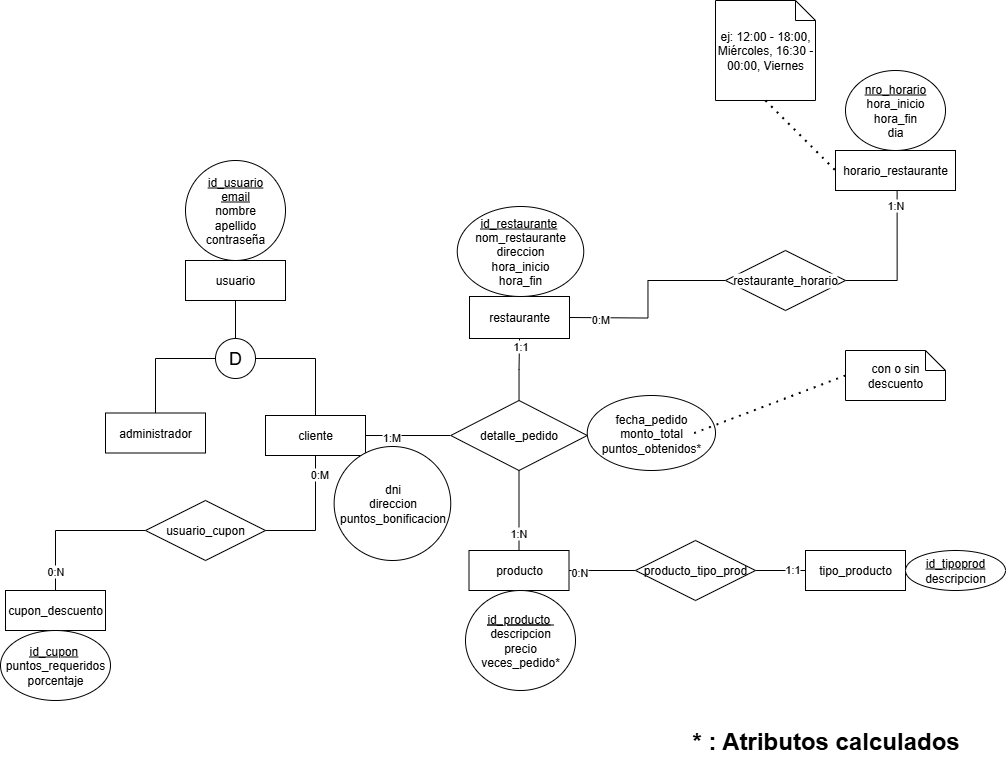
Above: docs/img/der.png in elfili05/TP-Java-Delivery (draw.io), before the change. Source tidied: cells renumbered, new cells last; positions are measured from the earlier drawing's top-left corner, leaving out a move shared by most shapes. The source it was exported from:
```xml
<mxGraphModel>
  <root>
    <mxCell id="0" />
    <mxCell id="1" parent="0" />
    <mxCell id="2" style="edgeStyle=orthogonalEdgeStyle;rounded=0;jettySize=auto;html=1;entryX=0;entryY=0.5;entryDx=0;entryDy=0;endArrow=none;endFill=0;" parent="1" edge="1" source="4" target="30">
      <mxGeometry relative="1" as="geometry" />
    </mxCell>
    <mxCell id="3" value="1:M" style="edgeLabel;html=1;align=center;verticalAlign=middle;" parent="2" vertex="1">
      <mxGeometry x="-0.4" y="-1" relative="1" as="geometry" />
    </mxCell>
    <mxCell id="4" value="cliente" style="whiteSpace=wrap;html=1;align=center;" parent="1" vertex="1">
      <mxGeometry x="265" y="415" width="100" height="40" as="geometry" />
    </mxCell>
    <mxCell id="5" value="&lt;div&gt;&lt;span style=&quot;background-color: transparent; color: light-dark(rgb(0, 0, 0), rgb(255, 255, 255));&quot;&gt;dni&lt;/span&gt;&lt;/div&gt;&lt;div&gt;direccion&lt;/div&gt;&lt;div&gt;puntos_bonificacion&lt;/div&gt;" style="ellipse;whiteSpace=wrap;html=1;align=center;" parent="1" vertex="1">
      <mxGeometry x="333.6" y="446" width="116.6" height="114" as="geometry" />
    </mxCell>
    <mxCell id="6" style="edgeStyle=orthogonalEdgeStyle;rounded=0;jettySize=auto;html=1;entryX=0;entryY=0.5;entryDx=0;entryDy=0;endArrow=none;endFill=0;labelBackgroundColor=default;fontColor=default;" parent="1" edge="1" target="12">
      <mxGeometry relative="1" as="geometry">
        <mxPoint x="569" y="317" as="sourcePoint" />
      </mxGeometry>
    </mxCell>
    <mxCell id="7" value="0:M" style="edgeLabel;html=1;align=center;verticalAlign=middle;labelBackgroundColor=default;fontColor=default;" parent="6" vertex="1">
      <mxGeometry x="-0.68" y="-1" relative="1" as="geometry" />
    </mxCell>
    <mxCell id="8" value="restaurante" style="whiteSpace=wrap;html=1;align=center;" parent="1" vertex="1">
      <mxGeometry x="469" y="296" width="100" height="42" as="geometry" />
    </mxCell>
    <mxCell id="9" value="&lt;u&gt;id_restaurante&lt;/u&gt;&amp;nbsp;&lt;div&gt;nom_restaurante&lt;/div&gt;&lt;div&gt;direccion&lt;/div&gt;&lt;div&gt;hora_inicio&lt;/div&gt;&lt;div&gt;hora_fin&lt;/div&gt;" style="ellipse;whiteSpace=wrap;html=1;align=center;" parent="1" vertex="1">
      <mxGeometry x="456.8" y="206" width="126.5" height="90" as="geometry" />
    </mxCell>
    <mxCell id="10" style="edgeStyle=orthogonalEdgeStyle;rounded=0;jettySize=auto;html=1;endArrow=none;endFill=0;entryX=0.516;entryY=0.835;entryDx=0;entryDy=0;entryPerimeter=0;labelBackgroundColor=default;fontColor=default;" parent="1" edge="1" source="12">
      <mxGeometry relative="1" as="geometry">
        <mxPoint x="896.6" y="183.4" as="targetPoint" />
        <Array as="points">
          <mxPoint x="897" y="280" />
        </Array>
      </mxGeometry>
    </mxCell>
    <mxCell id="11" value="1:N" style="edgeLabel;html=1;align=center;verticalAlign=middle;labelBackgroundColor=default;fontColor=default;" parent="10" vertex="1">
      <mxGeometry x="0.71" y="2" relative="1" as="geometry" />
    </mxCell>
    <mxCell id="12" value="restaurante_horario" style="shape=rhombus;perimeter=rhombusPerimeter;whiteSpace=wrap;html=1;align=center;labelBackgroundColor=default;fontColor=default;" parent="1" vertex="1">
      <mxGeometry x="725" y="250" width="120" height="60" as="geometry" />
    </mxCell>
    <mxCell id="13" value="&lt;div&gt;&lt;u&gt;nro_horario&lt;/u&gt;&lt;/div&gt;hora_inicio&lt;div&gt;hora_fin&lt;/div&gt;&lt;div&gt;dia&lt;/div&gt;" style="ellipse;whiteSpace=wrap;html=1;align=center;labelBackgroundColor=default;fontColor=default;" parent="1" vertex="1">
      <mxGeometry x="845" y="70" width="100" height="80" as="geometry" />
    </mxCell>
    <mxCell id="14" value="ej: 12:00 - 18:00, Miércoles, 16:30 - 00:00, Viernes" style="shape=note;size=20;whiteSpace=wrap;html=1;labelBackgroundColor=default;fontColor=default;" parent="1" vertex="1">
      <mxGeometry x="715" width="100" height="100" as="geometry" />
    </mxCell>
    <mxCell id="15" style="endArrow=none;dashed=1;html=1;dashPattern=1 3;strokeWidth=2;rounded=0;entryX=0;entryY=0.5;entryDx=0;entryDy=0;exitX=0.5;exitY=1;exitDx=0;exitDy=0;exitPerimeter=0;labelBackgroundColor=default;fontColor=default;" parent="1" edge="1" source="14" target="16">
      <mxGeometry relative="1" as="geometry" />
    </mxCell>
    <mxCell id="16" value="horario_restaurante" style="whiteSpace=wrap;html=1;align=center;labelBackgroundColor=default;fontColor=default;" parent="1" vertex="1">
      <mxGeometry x="835" y="150" width="120" height="40" as="geometry" />
    </mxCell>
    <mxCell id="17" style="edgeStyle=orthogonalEdgeStyle;rounded=0;jettySize=auto;html=1;entryX=0;entryY=0.5;entryDx=0;entryDy=0;endArrow=none;endFill=0;" parent="1" edge="1" source="21" target="27">
      <mxGeometry relative="1" as="geometry" />
    </mxCell>
    <mxCell id="18" value="0:N" style="edgeLabel;html=1;align=center;verticalAlign=middle;" parent="17" vertex="1">
      <mxGeometry x="-0.72" y="-1" relative="1" as="geometry" />
    </mxCell>
    <mxCell id="19" style="edgeStyle=orthogonalEdgeStyle;rounded=0;jettySize=auto;html=1;entryX=0.5;entryY=1;entryDx=0;entryDy=0;endArrow=none;endFill=0;" parent="1" edge="1" source="21" target="30">
      <mxGeometry relative="1" as="geometry" />
    </mxCell>
    <mxCell id="20" value="1:N" style="edgeLabel;html=1;align=center;verticalAlign=middle;" parent="19" vertex="1">
      <mxGeometry x="-0.57" y="1" relative="1" as="geometry" />
    </mxCell>
    <mxCell id="21" value="producto" style="whiteSpace=wrap;html=1;align=center;" parent="1" vertex="1">
      <mxGeometry x="468.5" y="550" width="100" height="40" as="geometry" />
    </mxCell>
    <mxCell id="22" value="&lt;div&gt;&lt;u&gt;&lt;br&gt;&lt;/u&gt;&lt;/div&gt;&lt;u&gt;&lt;div&gt;&lt;u style=&quot;background-color: transparent; color: light-dark(rgb(0, 0, 0), rgb(255, 255, 255));&quot;&gt;id_producto&lt;/u&gt;&lt;span style=&quot;background-color: transparent; color: light-dark(rgb(0, 0, 0), rgb(255, 255, 255));&quot;&gt;&amp;nbsp;&lt;/span&gt;&lt;/div&gt;&lt;/u&gt;&lt;div&gt;descripcion&lt;/div&gt;&lt;div&gt;precio&lt;/div&gt;&lt;div&gt;veces_pedido*&lt;/div&gt;&lt;div&gt;&lt;br&gt;&lt;/div&gt;" style="ellipse;whiteSpace=wrap;html=1;align=center;" parent="1" vertex="1">
      <mxGeometry x="465" y="590" width="110" height="100" as="geometry" />
    </mxCell>
    <mxCell id="23" value="tipo_producto" style="whiteSpace=wrap;html=1;align=center;" parent="1" vertex="1">
      <mxGeometry x="805" y="550" width="100" height="40" as="geometry" />
    </mxCell>
    <mxCell id="24" value="&lt;u&gt;id_tipoprod&lt;/u&gt;&lt;div&gt;descripcion&lt;/div&gt;" style="ellipse;whiteSpace=wrap;html=1;align=center;" parent="1" vertex="1">
      <mxGeometry x="905" y="550" width="100" height="40" as="geometry" />
    </mxCell>
    <mxCell id="25" style="edgeStyle=orthogonalEdgeStyle;rounded=0;jettySize=auto;html=1;entryX=0;entryY=0.5;entryDx=0;entryDy=0;endArrow=none;endFill=0;" parent="1" edge="1" source="27" target="23">
      <mxGeometry relative="1" as="geometry" />
    </mxCell>
    <mxCell id="26" value="1:1" style="edgeLabel;html=1;align=center;verticalAlign=middle;" parent="25" vertex="1">
      <mxGeometry x="0.45" y="2" relative="1" as="geometry" />
    </mxCell>
    <mxCell id="27" value="producto_tipo_prod" style="shape=rhombus;perimeter=rhombusPerimeter;whiteSpace=wrap;html=1;align=center;" parent="1" vertex="1">
      <mxGeometry x="635" y="540" width="120" height="60" as="geometry" />
    </mxCell>
    <mxCell id="28" style="edgeStyle=orthogonalEdgeStyle;rounded=0;jettySize=auto;html=1;entryX=0.5;entryY=1;entryDx=0;entryDy=0;endArrow=none;endFill=0;" parent="1" edge="1" source="30" target="8">
      <mxGeometry relative="1" as="geometry" />
    </mxCell>
    <mxCell id="29" value="1:1" style="edgeLabel;html=1;align=center;verticalAlign=middle;" parent="28" vertex="1">
      <mxGeometry x="0.79" relative="1" as="geometry">
        <mxPoint y="1" as="offset" />
      </mxGeometry>
    </mxCell>
    <mxCell id="30" value="detalle_pedido" style="shape=rhombus;perimeter=rhombusPerimeter;whiteSpace=wrap;html=1;align=center;" parent="1" vertex="1">
      <mxGeometry x="450.2" y="400" width="136.5" height="70" as="geometry" />
    </mxCell>
    <mxCell id="31" value="fecha_pedido&lt;div&gt;monto_total&lt;/div&gt;&lt;div&gt;puntos_obtenidos*&lt;/div&gt;" style="ellipse;whiteSpace=wrap;html=1;align=center;" parent="1" vertex="1">
      <mxGeometry x="586.8" y="395" width="128.2" height="75" as="geometry" />
    </mxCell>
    <mxCell id="32" value="cupon_descuento" style="whiteSpace=wrap;html=1;align=center;" parent="1" vertex="1">
      <mxGeometry x="5" y="590" width="100" height="40" as="geometry" />
    </mxCell>
    <mxCell id="33" style="edgeStyle=orthogonalEdgeStyle;rounded=0;jettySize=auto;html=1;entryX=0.5;entryY=1;entryDx=0;entryDy=0;endArrow=none;endFill=0;" parent="1" edge="1" source="37" target="4">
      <mxGeometry relative="1" as="geometry">
        <Array as="points">
          <mxPoint x="315" y="530" />
        </Array>
      </mxGeometry>
    </mxCell>
    <mxCell id="34" value="0:M" style="edgeLabel;html=1;align=center;verticalAlign=middle;" parent="33" vertex="1">
      <mxGeometry x="0.71" y="-3" relative="1" as="geometry" />
    </mxCell>
    <mxCell id="35" style="edgeStyle=orthogonalEdgeStyle;rounded=0;jettySize=auto;html=1;entryX=0.5;entryY=0;entryDx=0;entryDy=0;endArrow=none;endFill=0;" parent="1" edge="1" source="37" target="32">
      <mxGeometry relative="1" as="geometry" />
    </mxCell>
    <mxCell id="36" value="0:N" style="edgeLabel;html=1;align=center;verticalAlign=middle;" parent="35" vertex="1">
      <mxGeometry x="0.75" y="-1" relative="1" as="geometry" />
    </mxCell>
    <mxCell id="37" value="usuario_cupon" style="shape=rhombus;perimeter=rhombusPerimeter;whiteSpace=wrap;html=1;align=center;" parent="1" vertex="1">
      <mxGeometry x="145" y="500" width="120" height="60" as="geometry" />
    </mxCell>
    <mxCell id="38" value="&lt;u&gt;id_cupon&lt;/u&gt;&amp;nbsp;&lt;div&gt;puntos_requeridos&lt;/div&gt;&lt;div&gt;porcentaje&lt;/div&gt;" style="ellipse;whiteSpace=wrap;html=1;align=center;" parent="1" vertex="1">
      <mxGeometry y="630" width="110" height="70" as="geometry" />
    </mxCell>
    <mxCell id="39" value="&lt;div&gt;&lt;u&gt;&lt;br&gt;&lt;/u&gt;&lt;/div&gt;&lt;div&gt;&lt;u&gt;id_usuario&lt;/u&gt;&lt;/div&gt;&lt;div&gt;&lt;div&gt;&lt;u&gt;email&lt;/u&gt;&lt;/div&gt;&lt;/div&gt;nombre&lt;div&gt;apellido&lt;/div&gt;&lt;div&gt;contraseña&lt;/div&gt;&lt;div&gt;&lt;br&gt;&lt;/div&gt;" style="ellipse;whiteSpace=wrap;html=1;align=center;" parent="1" vertex="1">
      <mxGeometry x="185" y="160" width="100" height="100" as="geometry" />
    </mxCell>
    <mxCell id="40" value="administrador" style="whiteSpace=wrap;html=1;align=center;" parent="1" vertex="1">
      <mxGeometry x="105" y="412.5" width="100" height="40" as="geometry" />
    </mxCell>
    <mxCell id="41" style="edgeStyle=orthogonalEdgeStyle;rounded=0;jettySize=auto;html=1;endArrow=none;endFill=0;" parent="1" edge="1" source="42" target="45">
      <mxGeometry relative="1" as="geometry" />
    </mxCell>
    <mxCell id="42" value="usuario" style="whiteSpace=wrap;html=1;align=center;" parent="1" vertex="1">
      <mxGeometry x="185" y="260" width="100" height="40" as="geometry" />
    </mxCell>
    <mxCell id="43" style="edgeStyle=orthogonalEdgeStyle;rounded=0;jettySize=auto;html=1;entryX=0.5;entryY=0;entryDx=0;entryDy=0;endArrow=none;endFill=0;" parent="1" edge="1" source="45" target="4">
      <mxGeometry relative="1" as="geometry" />
    </mxCell>
    <mxCell id="44" style="edgeStyle=orthogonalEdgeStyle;rounded=0;jettySize=auto;html=1;entryX=0.5;entryY=0;entryDx=0;entryDy=0;endArrow=none;endFill=0;" parent="1" edge="1" source="45" target="40">
      <mxGeometry relative="1" as="geometry" />
    </mxCell>
    <mxCell id="45" value="&lt;font style=&quot;font-size: 18px;&quot;&gt;D&lt;/font&gt;" style="ellipse;whiteSpace=wrap;html=1;" parent="1" vertex="1">
      <mxGeometry x="215" y="338" width="40" height="40" as="geometry" />
    </mxCell>
    <mxCell id="46" value="&lt;h1 style=&quot;margin-top: 0px;&quot;&gt;* : Atributos calculados&lt;/h1&gt;" style="text;html=1;whiteSpace=wrap;overflow=hidden;rounded=0;" parent="1" vertex="1">
      <mxGeometry x="690" y="720" width="290" height="40" as="geometry" />
    </mxCell>
    <mxCell id="47" style="endArrow=none;dashed=1;html=1;dashPattern=1 3;strokeWidth=2;rounded=0;labelBackgroundColor=default;fontColor=default;exitX=0;exitY=0.5;exitDx=0;exitDy=0;exitPerimeter=0;" parent="1" edge="1" source="48">
      <mxGeometry relative="1" as="geometry">
        <mxPoint x="690" y="434" as="targetPoint" />
      </mxGeometry>
    </mxCell>
    <mxCell id="48" value="con o sin descuento" style="shape=note;size=20;whiteSpace=wrap;html=1;" parent="1" vertex="1">
      <mxGeometry x="845" y="350" width="100" height="50" as="geometry" />
    </mxCell>
  </root>
</mxGraphModel>
```
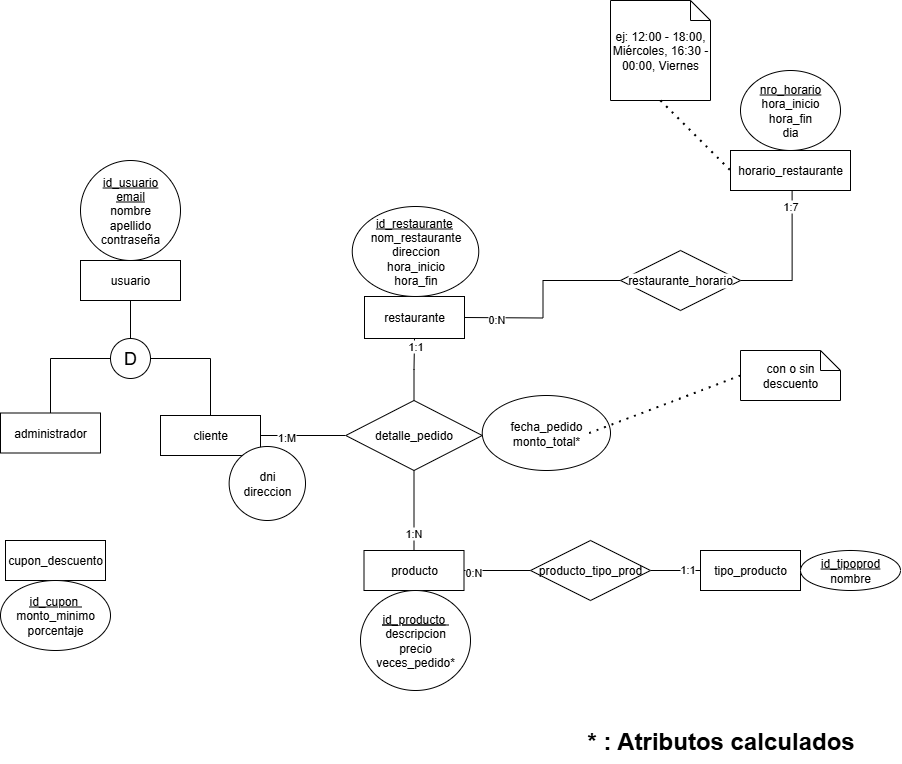
After the commit.

What changed in the source:
```diff
@@ -11,15 +11,15 @@
     <mxCell id="4" value="cliente" style="whiteSpace=wrap;html=1;align=center;" parent="1" vertex="1">
       <mxGeometry x="265" y="415" width="100" height="40" as="geometry" />
     </mxCell>
-    <mxCell id="5" value="&lt;div&gt;&lt;span style=&quot;background-color: transparent; color: light-dark(rgb(0, 0, 0), rgb(255, 255, 255));&quot;&gt;dni&lt;/span&gt;&lt;/div&gt;&lt;div&gt;direccion&lt;/div&gt;&lt;div&gt;puntos_bonificacion&lt;/div&gt;" style="ellipse;whiteSpace=wrap;html=1;align=center;" parent="1" vertex="1">
-      <mxGeometry x="333.6" y="446" width="116.6" height="114" as="geometry" />
+    <mxCell id="5" value="&lt;div&gt;&lt;span style=&quot;background-color: transparent; color: light-dark(rgb(0, 0, 0), rgb(255, 255, 255));&quot;&gt;dni&lt;/span&gt;&lt;/div&gt;&lt;div&gt;direccion&lt;/div&gt;" style="ellipse;whiteSpace=wrap;html=1;align=center;" parent="1" vertex="1">
+      <mxGeometry x="333.6" y="446" width="76.4" height="74" as="geometry" />
     </mxCell>
     <mxCell id="6" style="edgeStyle=orthogonalEdgeStyle;rounded=0;jettySize=auto;html=1;entryX=0;entryY=0.5;entryDx=0;entryDy=0;endArrow=none;endFill=0;labelBackgroundColor=default;fontColor=default;" parent="1" edge="1" target="12">
       <mxGeometry relative="1" as="geometry">
         <mxPoint x="569" y="317" as="sourcePoint" />
       </mxGeometry>
     </mxCell>
-    <mxCell id="7" value="0:M" style="edgeLabel;html=1;align=center;verticalAlign=middle;labelBackgroundColor=default;fontColor=default;" parent="6" vertex="1">
+    <mxCell id="7" value="0:N" style="edgeLabel;html=1;align=center;verticalAlign=middle;labelBackgroundColor=default;fontColor=default;" parent="6" vertex="1">
       <mxGeometry x="-0.68" y="-1" relative="1" as="geometry" />
     </mxCell>
     <mxCell id="8" value="restaurante" style="whiteSpace=wrap;html=1;align=center;" parent="1" vertex="1">
@@ -36,7 +36,7 @@
         </Array>
       </mxGeometry>
     </mxCell>
-    <mxCell id="11" value="1:N" style="edgeLabel;html=1;align=center;verticalAlign=middle;labelBackgroundColor=default;fontColor=default;" parent="10" vertex="1">
+    <mxCell id="11" value="1:7" style="edgeLabel;html=1;align=center;verticalAlign=middle;labelBackgroundColor=default;fontColor=default;" parent="10" vertex="1">
       <mxGeometry x="0.71" y="2" relative="1" as="geometry" />
     </mxCell>
     <mxCell id="12" value="restaurante_horario" style="shape=rhombus;perimeter=rhombusPerimeter;whiteSpace=wrap;html=1;align=center;labelBackgroundColor=default;fontColor=default;" parent="1" vertex="1">
@@ -75,7 +75,7 @@
     <mxCell id="23" value="tipo_producto" style="whiteSpace=wrap;html=1;align=center;" parent="1" vertex="1">
       <mxGeometry x="805" y="550" width="100" height="40" as="geometry" />
     </mxCell>
-    <mxCell id="24" value="&lt;u&gt;id_tipoprod&lt;/u&gt;&lt;div&gt;descripcion&lt;/div&gt;" style="ellipse;whiteSpace=wrap;html=1;align=center;" parent="1" vertex="1">
+    <mxCell id="24" value="&lt;u&gt;id_tipoprod&lt;/u&gt;&lt;div&gt;nombre&lt;/div&gt;" style="ellipse;whiteSpace=wrap;html=1;align=center;" parent="1" vertex="1">
       <mxGeometry x="905" y="550" width="100" height="40" as="geometry" />
     </mxCell>
     <mxCell id="25" style="edgeStyle=orthogonalEdgeStyle;rounded=0;jettySize=auto;html=1;entryX=0;entryY=0.5;entryDx=0;entryDy=0;endArrow=none;endFill=0;" parent="1" edge="1" source="27" target="23">
@@ -98,33 +98,14 @@
     <mxCell id="30" value="detalle_pedido" style="shape=rhombus;perimeter=rhombusPerimeter;whiteSpace=wrap;html=1;align=center;" parent="1" vertex="1">
       <mxGeometry x="450.2" y="400" width="136.5" height="70" as="geometry" />
     </mxCell>
-    <mxCell id="31" value="fecha_pedido&lt;div&gt;monto_total&lt;/div&gt;&lt;div&gt;puntos_obtenidos*&lt;/div&gt;" style="ellipse;whiteSpace=wrap;html=1;align=center;" parent="1" vertex="1">
+    <mxCell id="31" value="fecha_pedido&lt;div&gt;monto_total*&lt;/div&gt;" style="ellipse;whiteSpace=wrap;html=1;align=center;" parent="1" vertex="1">
       <mxGeometry x="586.8" y="395" width="128.2" height="75" as="geometry" />
     </mxCell>
     <mxCell id="32" value="cupon_descuento" style="whiteSpace=wrap;html=1;align=center;" parent="1" vertex="1">
-      <mxGeometry x="5" y="590" width="100" height="40" as="geometry" />
+      <mxGeometry x="110" y="540" width="100" height="40" as="geometry" />
     </mxCell>
-    <mxCell id="33" style="edgeStyle=orthogonalEdgeStyle;rounded=0;jettySize=auto;html=1;entryX=0.5;entryY=1;entryDx=0;entryDy=0;endArrow=none;endFill=0;" parent="1" edge="1" source="37" target="4">
-      <mxGeometry relative="1" as="geometry">
-        <Array as="points">
-          <mxPoint x="315" y="530" />
-        </Array>
-      </mxGeometry>
-    </mxCell>
-    <mxCell id="34" value="0:M" style="edgeLabel;html=1;align=center;verticalAlign=middle;" parent="33" vertex="1">
-      <mxGeometry x="0.71" y="-3" relative="1" as="geometry" />
-    </mxCell>
-    <mxCell id="35" style="edgeStyle=orthogonalEdgeStyle;rounded=0;jettySize=auto;html=1;entryX=0.5;entryY=0;entryDx=0;entryDy=0;endArrow=none;endFill=0;" parent="1" edge="1" source="37" target="32">
-      <mxGeometry relative="1" as="geometry" />
-    </mxCell>
-    <mxCell id="36" value="0:N" style="edgeLabel;html=1;align=center;verticalAlign=middle;" parent="35" vertex="1">
-      <mxGeometry x="0.75" y="-1" relative="1" as="geometry" />
-    </mxCell>
-    <mxCell id="37" value="usuario_cupon" style="shape=rhombus;perimeter=rhombusPerimeter;whiteSpace=wrap;html=1;align=center;" parent="1" vertex="1">
-      <mxGeometry x="145" y="500" width="120" height="60" as="geometry" />
-    </mxCell>
-    <mxCell id="38" value="&lt;u&gt;id_cupon&lt;/u&gt;&amp;nbsp;&lt;div&gt;puntos_requeridos&lt;/div&gt;&lt;div&gt;porcentaje&lt;/div&gt;" style="ellipse;whiteSpace=wrap;html=1;align=center;" parent="1" vertex="1">
-      <mxGeometry y="630" width="110" height="70" as="geometry" />
+    <mxCell id="38" value="&lt;u&gt;id_cupon&amp;nbsp;&lt;/u&gt;&lt;div&gt;monto_minimo&lt;br&gt;&lt;div&gt;porcentaje&lt;/div&gt;&lt;/div&gt;" style="ellipse;whiteSpace=wrap;html=1;align=center;" parent="1" vertex="1">
+      <mxGeometry x="105" y="580" width="110" height="70" as="geometry" />
     </mxCell>
     <mxCell id="39" value="&lt;div&gt;&lt;u&gt;&lt;br&gt;&lt;/u&gt;&lt;/div&gt;&lt;div&gt;&lt;u&gt;id_usuario&lt;/u&gt;&lt;/div&gt;&lt;div&gt;&lt;div&gt;&lt;u&gt;email&lt;/u&gt;&lt;/div&gt;&lt;/div&gt;nombre&lt;div&gt;apellido&lt;/div&gt;&lt;div&gt;contraseña&lt;/div&gt;&lt;div&gt;&lt;br&gt;&lt;/div&gt;" style="ellipse;whiteSpace=wrap;html=1;align=center;" parent="1" vertex="1">
       <mxGeometry x="185" y="160" width="100" height="100" as="geometry" />
```
